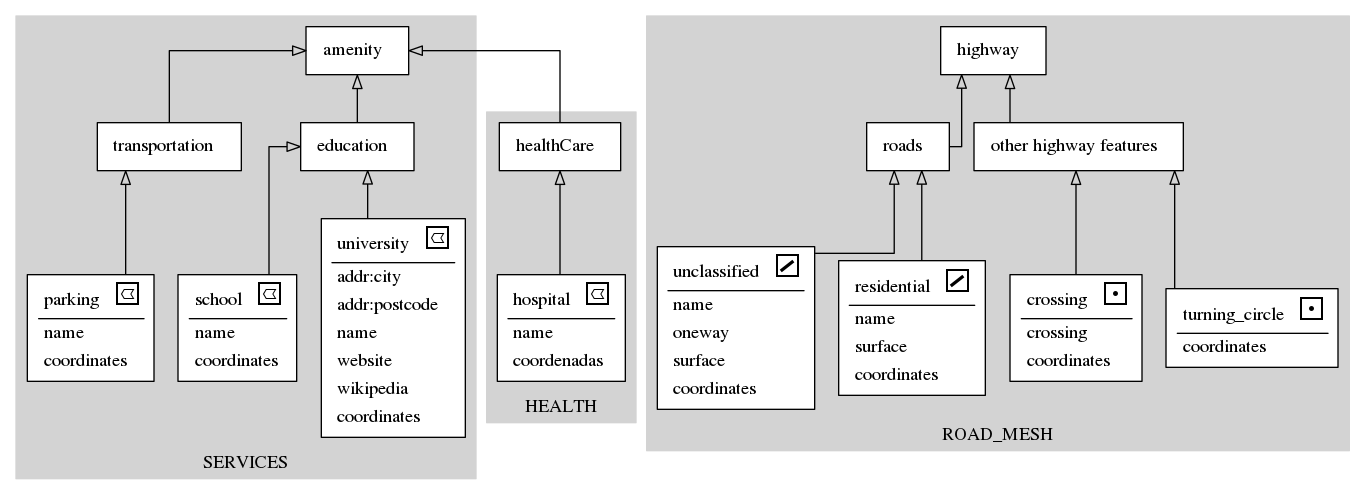
vinisperandio/OSM2Diagram_optmizated keeps this Graphviz diagram as schema.gv.png. Above is the earlier version. Its source is kept beside it as schema.gv.
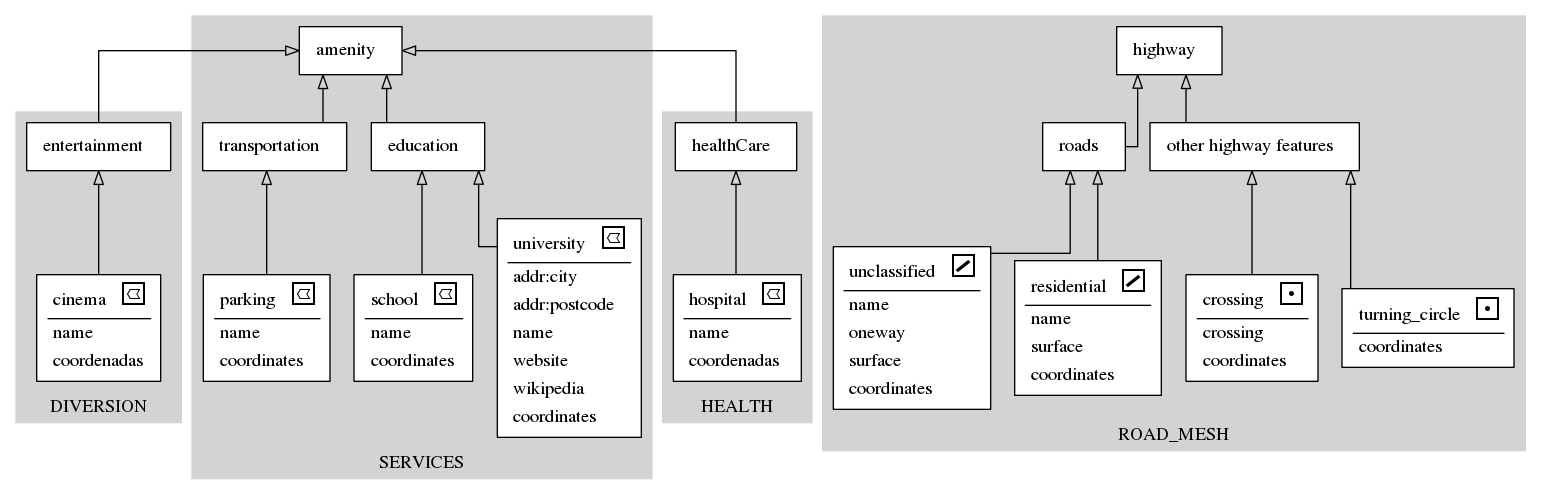
Later version of the same file.

Commit message:
TAG NODE OK

The edit, as a diff of the source:
```diff
@@ -1,10 +1,35 @@
 digraph structs {
 	node [shape=box]
+	subgraph cluster_DIVERSION {
+		node [color=black style=filled]
+		color=lightgrey style=filled
+		label=DIVERSION
+		0[style = "filled, bold" penwidth = "1" fillcolor="white" label=<
+			<TABLE color="black" border="0">
+			 <TR>
+				<TD align="center"><font color="black">cinema</font>
+				<font FACE="sigmoda" POINT-SIZE="20.0"> e</font></TD>
+			</TR>
+			<hr/>
+			<TR>
+				<TD align="left">name</TD>
+			 </TR>
+			<TR>
+				<TD align="left">coordenadas</TD>
+			 </TR>
+			</TABLE>>]
+		1[style = "filled, bold" penwidth = "1" fillcolor="white" label=<
+			<TABLE color="black" border="0">
+			 <TR>
+				<TD align="center"><font color="black">entertainment</font>  </TD>
+			</TR>
+			</TABLE>>]
+	}
 	subgraph cluster_SERVICES {
 		node [color=black style=filled]
 		color=lightgrey style=filled
 		label=SERVICES
-		0[style = "filled, bold" penwidth = "1" fillcolor="white" label=<
+		2[style = "filled, bold" penwidth = "1" fillcolor="white" label=<
 			<TABLE color="black" border="0">
 			 <TR>
 				<TD align="center"><font color="black">university</font>
@@ -30,13 +55,13 @@
 				<TD align="left">coordinates</TD>
 			 </TR>
 			</TABLE>>]
-		1[style = "filled, bold" penwidth = "1" fillcolor="white" label=<
+		3[style = "filled, bold" penwidth = "1" fillcolor="white" label=<
 			<TABLE color="black" border="0">
 			 <TR>
 				<TD align="center"><font color="black">amenity</font>  </TD>
 			</TR>
 			</TABLE>>]
-		2[style = "filled, bold" penwidth = "1" fillcolor="white" label=<
+		4[style = "filled, bold" penwidth = "1" fillcolor="white" label=<
 			<TABLE color="black" border="0">
 			 <TR>
 				<TD align="center"><font color="black">school</font>
@@ -50,7 +75,7 @@
 				<TD align="left">coordinates</TD>
 			 </TR>
 			</TABLE>>]
-		3[style = "filled, bold" penwidth = "1" fillcolor="white" label=<
+		5[style = "filled, bold" penwidth = "1" fillcolor="white" label=<
 			<TABLE color="black" border="0">
 			 <TR>
 				<TD align="center"><font color="black">parking</font>
@@ -64,13 +89,13 @@
 				<TD align="left">coordinates</TD>
 			 </TR>
 			</TABLE>>]
-		4[style = "filled, bold" penwidth = "1" fillcolor="white" label=<
+		6[style = "filled, bold" penwidth = "1" fillcolor="white" label=<
 			<TABLE color="black" border="0">
 			 <TR>
 				<TD align="center"><font color="black">education</font>  </TD>
 			</TR>
 			</TABLE>>]
-		5[style = "filled, bold" penwidth = "1" fillcolor="white" label=<
+		7[style = "filled, bold" penwidth = "1" fillcolor="white" label=<
 			<TABLE color="black" border="0">
 			 <TR>
 				<TD align="center"><font color="black">transportation</font>  </TD>
@@ -81,7 +106,7 @@
 		node [color=black style=filled]
 		color=lightgrey style=filled
 		label=HEALTH
-		6[style = "filled, bold" penwidth = "1" fillcolor="white" label=<
+		8[style = "filled, bold" penwidth = "1" fillcolor="white" label=<
 			<TABLE color="black" border="0">
 			 <TR>
 				<TD align="center"><font color="black">hospital</font>
@@ -95,7 +120,7 @@
 				<TD align="left">coordenadas</TD>
 			 </TR>
 			</TABLE>>]
-		7[style = "filled, bold" penwidth = "1" fillcolor="white" label=<
+		9[style = "filled, bold" penwidth = "1" fillcolor="white" label=<
 			<TABLE color="black" border="0">
 			 <TR>
 				<TD align="center"><font color="black">healthCare</font>  </TD>
@@ -106,7 +131,7 @@
 		node [color=black style=filled]
 		color=lightgrey style=filled
 		label=ROAD_MESH
-		8[style = "filled, bold" penwidth = "1" fillcolor="white" label=<
+		10[style = "filled, bold" penwidth = "1" fillcolor="white" label=<
 			<TABLE color="black" border="0">
 			 <TR>
 				<TD align="center"><font color="black">turning_circle</font>
@@ -117,13 +142,13 @@
 				<TD align="left">coordinates</TD>
 			 </TR>
 			</TABLE>>]
-		9[style = "filled, bold" penwidth = "1" fillcolor="white" label=<
+		11[style = "filled, bold" penwidth = "1" fillcolor="white" label=<
 			<TABLE color="black" border="0">
 			 <TR>
 				<TD align="center"><font color="black">highway</font>  </TD>
 			</TR>
 			</TABLE>>]
-		10[style = "filled, bold" penwidth = "1" fillcolor="white" label=<
+		12[style = "filled, bold" penwidth = "1" fillcolor="white" label=<
 			<TABLE color="black" border="0">
 			 <TR>
 				<TD align="center"><font color="black">crossing</font>
@@ -137,7 +162,7 @@
 				<TD align="left">coordinates</TD>
 			 </TR>
 			</TABLE>>]
-		11[style = "filled, bold" penwidth = "1" fillcolor="white" label=<
+		13[style = "filled, bold" penwidth = "1" fillcolor="white" label=<
 			<TABLE color="black" border="0">
 			 <TR>
 				<TD align="center"><font color="black">residential</font>
@@ -154,7 +179,7 @@
 				<TD align="left">coordinates</TD>
 			 </TR>
 			</TABLE>>]
-		12[style = "filled, bold" penwidth = "1" fillcolor="white" label=<
+		14[style = "filled, bold" penwidth = "1" fillcolor="white" label=<
 			<TABLE color="black" border="0">
 			 <TR>
 				<TD align="center"><font color="black">unclassified</font>
@@ -174,32 +199,34 @@
 				<TD align="left">coordinates</TD>
 			 </TR>
 			</TABLE>>]
-		13[style = "filled, bold" penwidth = "1" fillcolor="white" label=<
+		15[style = "filled, bold" penwidth = "1" fillcolor="white" label=<
 			<TABLE color="black" border="0">
 			 <TR>
 				<TD align="center"><font color="black">other highway features</font>  </TD>
 			</TR>
 			</TABLE>>]
-		14[style = "filled, bold" penwidth = "1" fillcolor="white" label=<
+		16[style = "filled, bold" penwidth = "1" fillcolor="white" label=<
 			<TABLE color="black" border="0">
 			 <TR>
 				<TD align="center"><font color="black">roads</font>  </TD>
 			</TR>
 			</TABLE>>]
 	}
-		0 -> 4[arrowhead=onormal]
-		2 -> 4[arrowhead=onormal]
-		3 -> 5[arrowhead=onormal]
-		4 -> 1[arrowhead=onormal]
-		5 -> 1[arrowhead=onormal]
-		6 -> 7[arrowhead=onormal]
-		7 -> 1[arrowhead=onormal]
-		8 -> 13[arrowhead=onormal]
-		10 -> 13[arrowhead=onormal]
-		11 -> 14[arrowhead=onormal]
-		12 -> 14[arrowhead=onormal]
-		13 -> 9[arrowhead=onormal]
-		14 -> 9[arrowhead=onormal]
+		0 -> 1[arrowhead=onormal]
+		1 -> 3[arrowhead=onormal]
+		2 -> 6[arrowhead=onormal]
+		4 -> 6[arrowhead=onormal]
+		5 -> 7[arrowhead=onormal]
+		6 -> 3[arrowhead=onormal]
+		7 -> 3[arrowhead=onormal]
+		8 -> 9[arrowhead=onormal]
+		9 -> 3[arrowhead=onormal]
+		10 -> 15[arrowhead=onormal]
+		12 -> 15[arrowhead=onormal]
+		13 -> 16[arrowhead=onormal]
+		14 -> 16[arrowhead=onormal]
+		15 -> 11[arrowhead=onormal]
+		16 -> 11[arrowhead=onormal]
 	rankdir=BT
 	splines=ortho
 }
```
